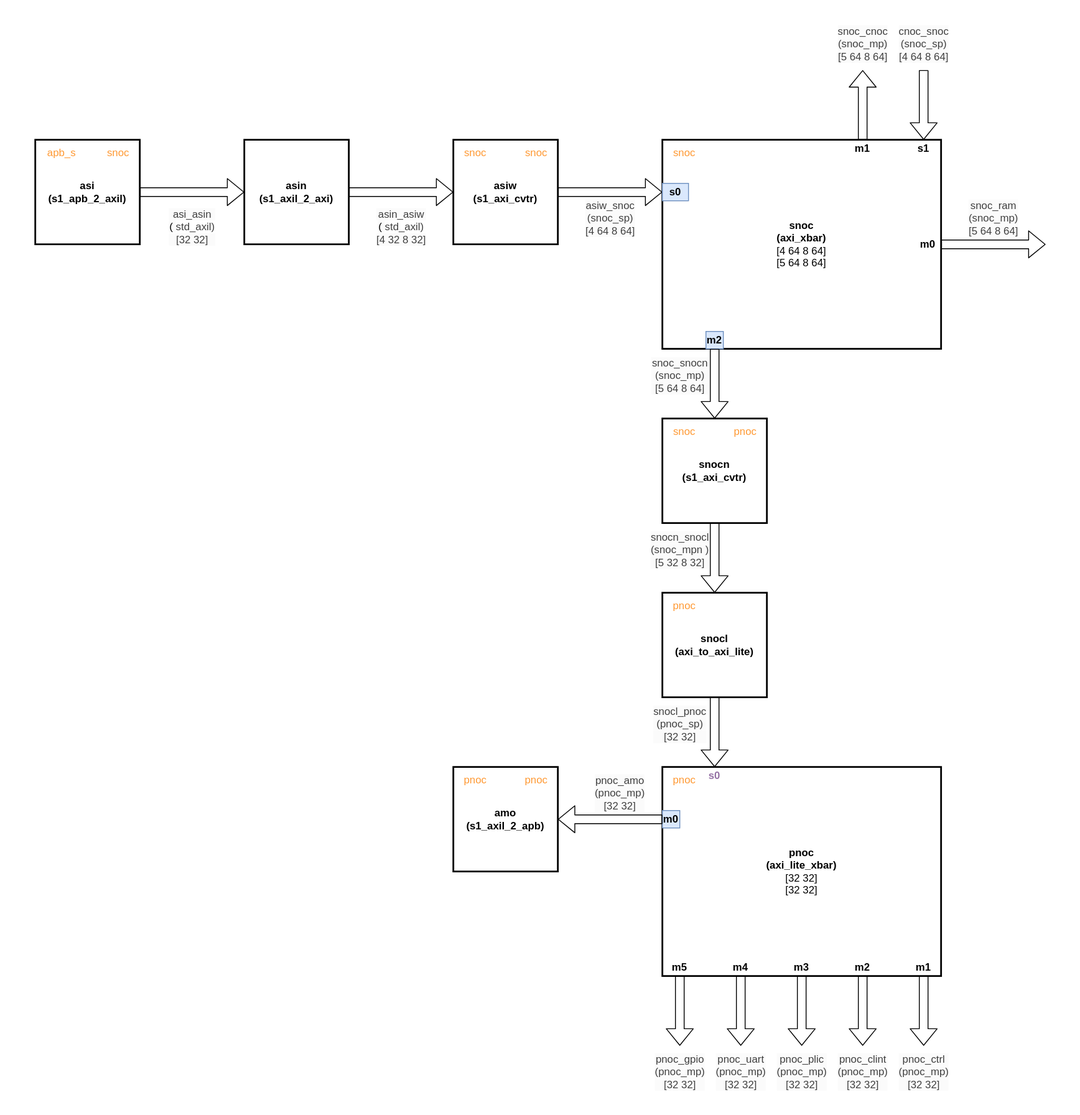
The draw.io diagram document/march_detailed.svg in ADN-VLSI/S1, before a commit. Source tidied: cells renumbered, new cells last; positions are measured from the earlier drawing's top-left corner, leaving out a move shared by most shapes.
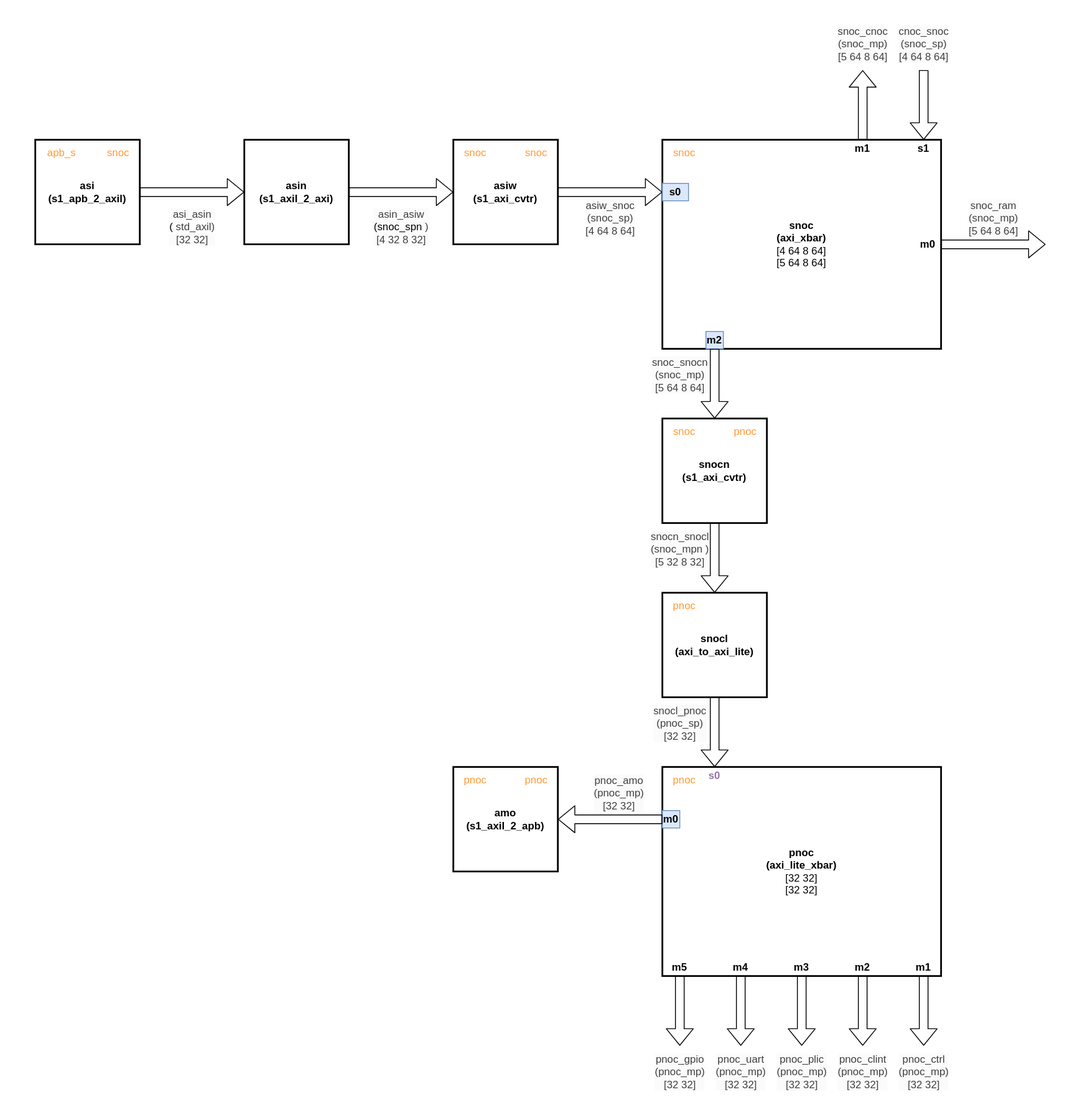
The same file after the commit.

Commit message:
Enhance s1_soc and s1_soc_pkg with new snoc_spn types and update wave configuration

Change to the diagram source:
```diff
@@ -17,7 +17,7 @@
     <mxCell id="6" value="asiw&lt;br&gt;&lt;div&gt;&lt;div&gt;(s1_axi_cvtr)&lt;/div&gt;&lt;/div&gt;" style="shape=card;whiteSpace=wrap;html=1;size=0;strokeWidth=2;fontStyle=1;" parent="1" vertex="1">
       <mxGeometry x="520" y="160" width="120" height="120" as="geometry" />
     </mxCell>
-    <mxCell id="7" value="&lt;div style=&quot;color: rgb(63, 63, 63); scrollbar-color: rgb(226, 226, 226) rgb(251, 251, 251); font-size: 12px; background-color: rgb(251, 251, 251);&quot;&gt;asin_asiw&lt;/div&gt;&lt;span style=&quot;color: rgb(0, 0, 0); font-size: 12px; background-color: rgb(251, 251, 251);&quot;&gt;(&lt;/span&gt;&lt;span style=&quot;scrollbar-color: rgb(226, 226, 226) rgb(251, 251, 251); font-size: 12px; background-color: transparent; color: rgb(63, 63, 63);&quot;&gt;std_axil)&lt;/span&gt;&lt;div style=&quot;color: rgb(63, 63, 63); scrollbar-color: rgb(226, 226, 226) rgb(251, 251, 251); font-size: 12px; background-color: rgb(251, 251, 251);&quot;&gt;&lt;span style=&quot;scrollbar-color: rgb(226, 226, 226) rgb(251, 251, 251); background-color: transparent; color: rgb(63, 63, 63);&quot;&gt;[4 32 8 32]&lt;/span&gt;&lt;/div&gt;" style="shape=flexArrow;endArrow=classic;html=1;" parent="1" edge="1" source="5" target="6">
+    <mxCell id="7" value="&lt;div style=&quot;color: rgb(63, 63, 63); scrollbar-color: rgb(226, 226, 226) rgb(251, 251, 251); font-size: 12px; background-color: rgb(251, 251, 251);&quot;&gt;asin_asiw&lt;/div&gt;&lt;span style=&quot;color: rgb(0, 0, 0); font-size: 12px; background-color: rgb(251, 251, 251);&quot;&gt;(snoc_spn&lt;/span&gt;&lt;span style=&quot;scrollbar-color: rgb(226, 226, 226) rgb(251, 251, 251); font-size: 12px; background-color: transparent; color: rgb(63, 63, 63);&quot;&gt;)&lt;/span&gt;&lt;div style=&quot;color: rgb(63, 63, 63); scrollbar-color: rgb(226, 226, 226) rgb(251, 251, 251); font-size: 12px; background-color: rgb(251, 251, 251);&quot;&gt;&lt;span style=&quot;scrollbar-color: rgb(226, 226, 226) rgb(251, 251, 251); background-color: transparent; color: rgb(63, 63, 63);&quot;&gt;[4 32 8 32]&lt;/span&gt;&lt;/div&gt;" style="shape=flexArrow;endArrow=classic;html=1;" parent="1" edge="1" source="5" target="6">
       <mxGeometry y="-40" relative="1" as="geometry" />
     </mxCell>
     <mxCell id="8" value="&lt;div style=&quot;color: rgb(63, 63, 63); scrollbar-color: rgb(226, 226, 226) rgb(251, 251, 251); font-size: 12px; background-color: rgb(251, 251, 251);&quot;&gt;asiw_snoc&lt;/div&gt;&lt;div style=&quot;color: rgb(63, 63, 63); scrollbar-color: rgb(226, 226, 226) rgb(251, 251, 251); font-size: 12px; background-color: rgb(251, 251, 251);&quot;&gt;(snoc_sp)&lt;/div&gt;&lt;div style=&quot;color: rgb(63, 63, 63); scrollbar-color: rgb(226, 226, 226) rgb(251, 251, 251); font-size: 12px; background-color: rgb(251, 251, 251);&quot;&gt;[4 64 8 64]&lt;/div&gt;" style="shape=flexArrow;endArrow=classic;html=1;" parent="1" edge="1" source="6">
```
